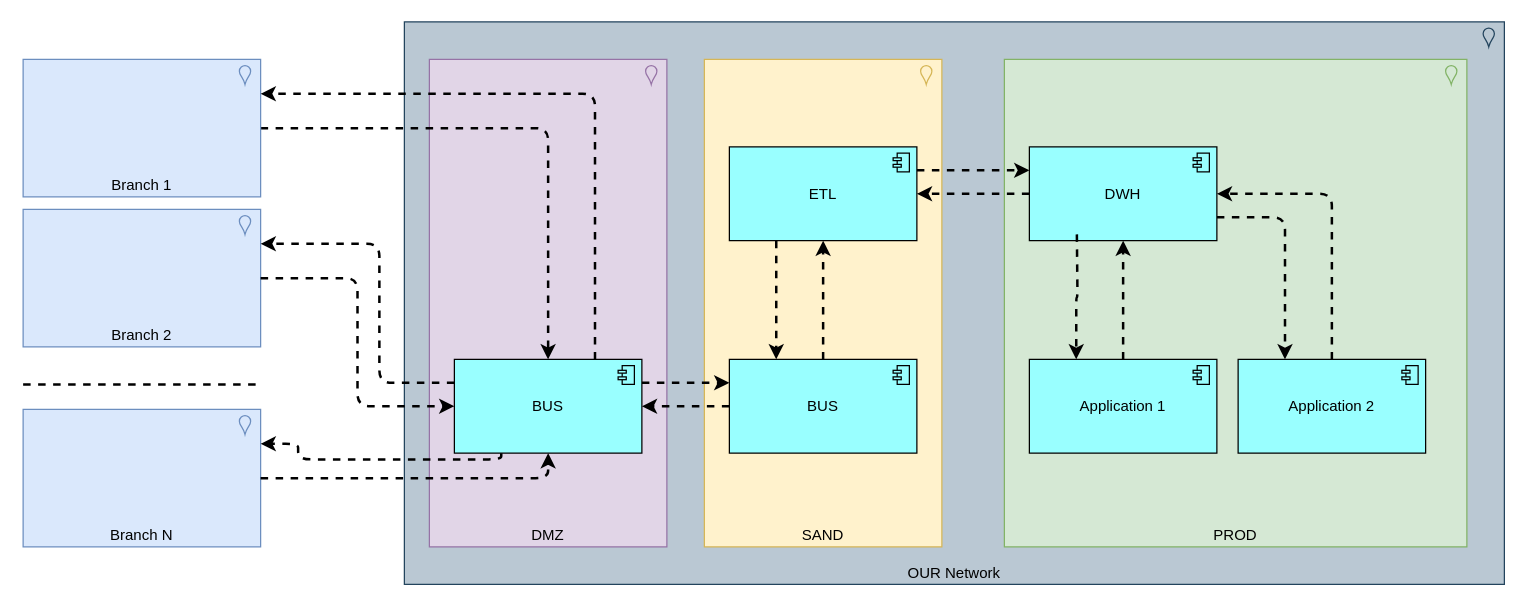
Above: page "Helicopter" (1 of 5) of Diagrams/MQ-Informatica.drawio in VladimirK75/CoffeeFace (draw.io), before the change. Source tidied: cells renumbered, new cells numbered last; positions are measured from the earlier drawing's top-left corner, leaving out a move shared by most shapes. Both pictures are drawn from the tidied source at 125%, with x=0, y=0 at pixel (22, 21).
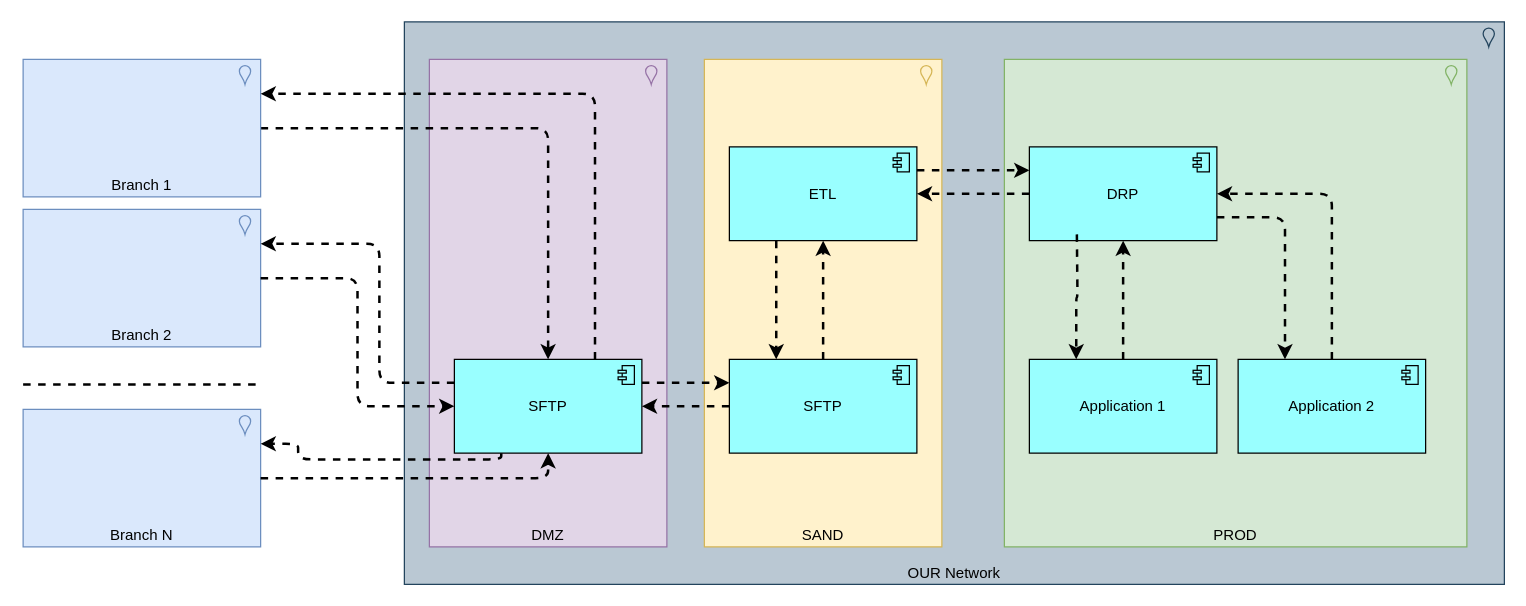
The same diagram, later.

Diff of the diagram source:
```diff
@@
-    <mxCell id="7" value="DWH" style="html=1;outlineConnect=0;whiteSpace=wrap;fillColor=#99ffff;shape=mxgraph.archimate3.application;appType=comp;archiType=square;" parent="1" vertex="1">
+    <mxCell id="7" value="DRP" style="html=1;outlineConnect=0;whiteSpace=wrap;fillColor=#99ffff;shape=mxgraph.archimate3.application;appType=comp;archiType=square;" parent="1" vertex="1">
       <mxGeometry x="805" y="100" width="150" height="75" as="geometry" />
     </mxCell>
@@
-    <mxCell id="16" value="BUS" style="html=1;outlineConnect=0;whiteSpace=wrap;fillColor=#99ffff;shape=mxgraph.archimate3.application;appType=comp;archiType=square;" parent="1" vertex="1">
+    <mxCell id="16" value="SFTP" style="html=1;outlineConnect=0;whiteSpace=wrap;fillColor=#99ffff;shape=mxgraph.archimate3.application;appType=comp;archiType=square;" parent="1" vertex="1">
       <mxGeometry x="565" y="270" width="150" height="75" as="geometry" />
     </mxCell>
@@
-    <mxCell id="19" value="BUS" style="html=1;outlineConnect=0;whiteSpace=wrap;fillColor=#99ffff;shape=mxgraph.archimate3.application;appType=comp;archiType=square;" parent="1" vertex="1">
+    <mxCell id="19" value="SFTP" style="html=1;outlineConnect=0;whiteSpace=wrap;fillColor=#99ffff;shape=mxgraph.archimate3.application;appType=comp;archiType=square;" parent="1" vertex="1">
       <mxGeometry x="345" y="270" width="150" height="75" as="geometry" />
     </mxCell>
```
